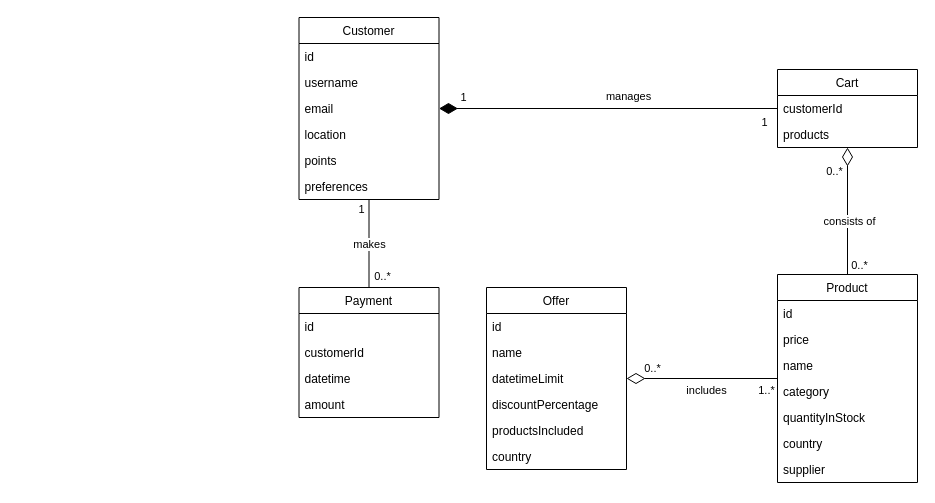
Above: diagrams/domain-model.drawio in youssef-attai-fcai-cu/system-analysis-project (draw.io), before the change. Source tidied: cells renumbered, new cells numbered last; positions are measured from the earlier drawing's top-left corner, leaving out a move shared by most shapes. Both pictures are drawn from the tidied source at 100%, with x=0, y=0 at pixel (299, 17).
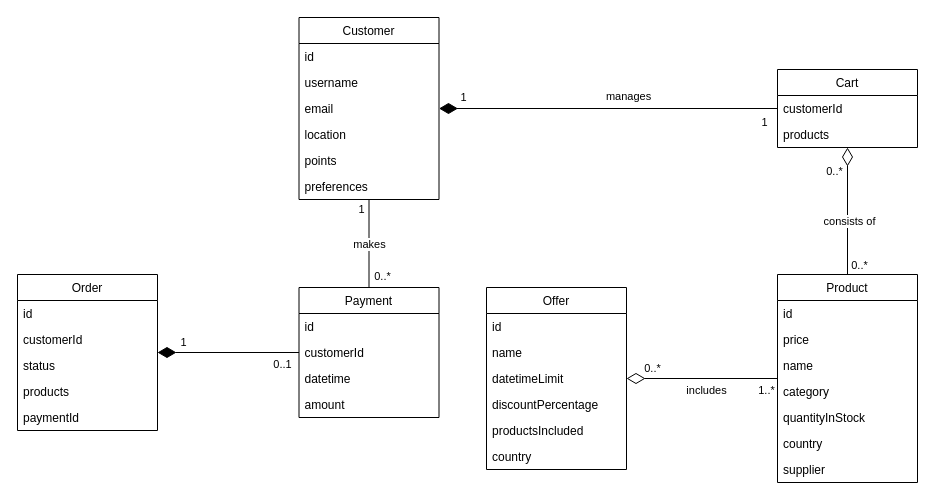
The same diagram, later.

Commit message:
Add order class

Unchanged cells that the change refers to:
```xml
<mxCell id="31" value="Payment" style="swimlane;fontStyle=0;horizontal=1;startSize=26;fillColor=none;" parent="1" vertex="1">
  <mxGeometry x="-0.5" y="270" width="140" height="130" as="geometry" />
</mxCell>
```

What changed in the source:
```diff
@@
+    <mxCell id="48" style="edgeStyle=none;html=1;endArrow=none;endFill=0;startArrow=diamondThin;startFill=1;startSize=16;" parent="1" edge="1" source="51" target="31">
+      <mxGeometry relative="1" as="geometry" />
+    </mxCell>
+    <mxCell id="49" value="1" style="edgeLabel;html=1;align=center;verticalAlign=middle;" parent="48" vertex="1">
+      <mxGeometry x="-0.54" relative="1" as="geometry">
+        <mxPoint x="-8" y="-11" as="offset" />
+      </mxGeometry>
+    </mxCell>
+    <mxCell id="50" value="0..1" style="edgeLabel;html=1;align=center;verticalAlign=middle;" parent="48" vertex="1">
+      <mxGeometry x="0.84" relative="1" as="geometry">
+        <mxPoint x="-6" y="11" as="offset" />
+      </mxGeometry>
+    </mxCell>
+    <mxCell id="51" value="Order" style="swimlane;fontStyle=0;horizontal=1;startSize=26;fillColor=none;" parent="1" vertex="1">
+      <mxGeometry x="-282" y="257" width="140" height="156" as="geometry" />
+    </mxCell>
+    <mxCell id="52" value="id" style="text;strokeColor=none;fillColor=none;align=left;verticalAlign=top;spacingLeft=4;spacingRight=4;overflow=hidden;" parent="51" vertex="1">
+      <mxGeometry y="26" width="140" height="26" as="geometry" />
+    </mxCell>
+    <mxCell id="53" value="customerId" style="text;strokeColor=none;fillColor=none;align=left;verticalAlign=top;spacingLeft=4;spacingRight=4;overflow=hidden;" parent="51" vertex="1">
+      <mxGeometry y="52" width="140" height="26" as="geometry" />
+    </mxCell>
+    <mxCell id="54" value="status" style="text;strokeColor=none;fillColor=none;align=left;verticalAlign=top;spacingLeft=4;spacingRight=4;overflow=hidden;" parent="51" vertex="1">
+      <mxGeometry y="78" width="140" height="26" as="geometry" />
+    </mxCell>
+    <mxCell id="55" value="products" style="text;strokeColor=none;fillColor=none;align=left;verticalAlign=top;spacingLeft=4;spacingRight=4;overflow=hidden;" parent="51" vertex="1">
+      <mxGeometry y="104" width="140" height="26" as="geometry" />
+    </mxCell>
+    <mxCell id="56" value="paymentId" style="text;strokeColor=none;fillColor=none;align=left;verticalAlign=top;spacingLeft=4;spacingRight=4;overflow=hidden;" parent="51" vertex="1">
+      <mxGeometry y="130" width="140" height="26" as="geometry" />
+    </mxCell>
```
